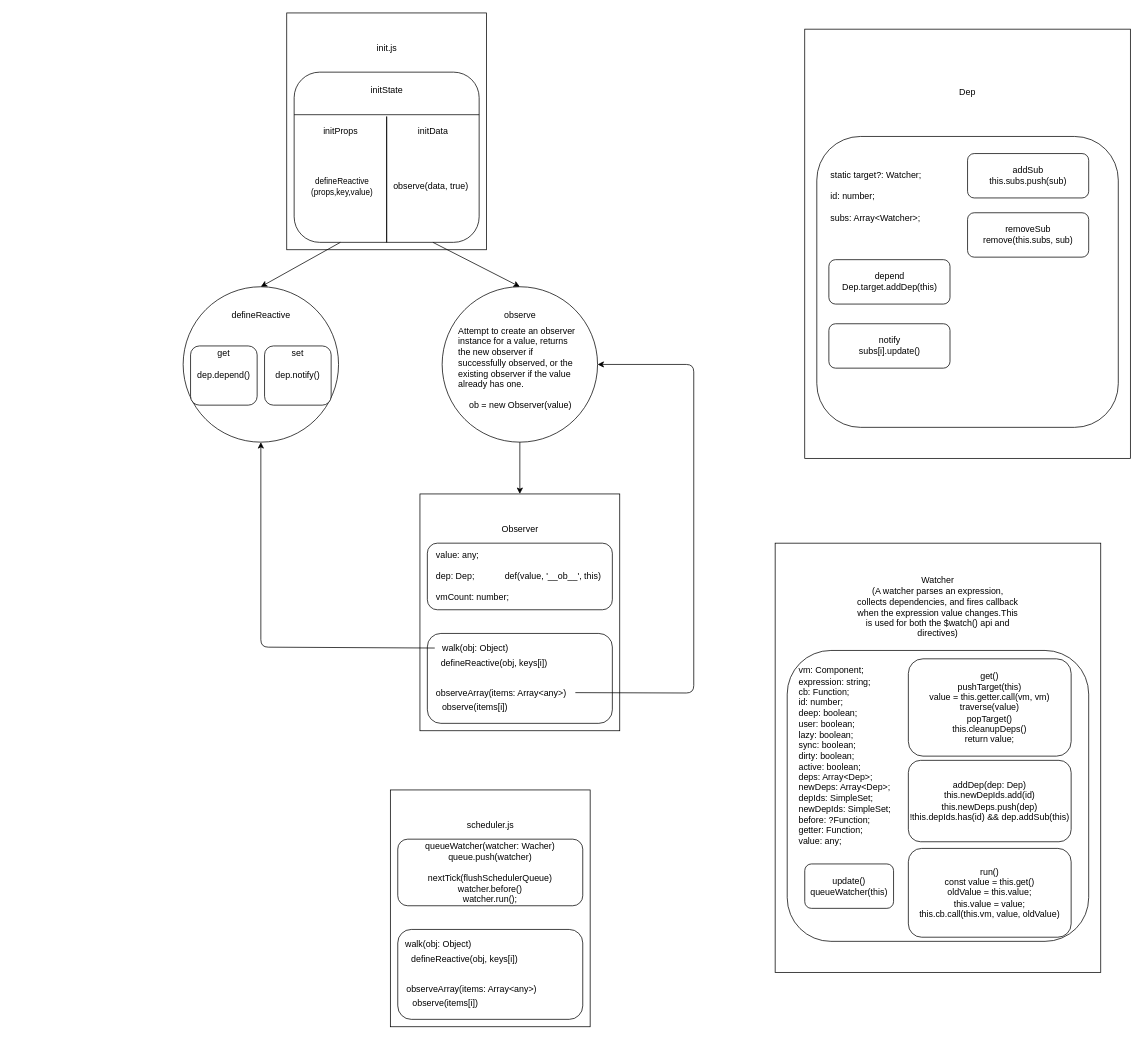
The draw.io diagram Untitled Diagram.drawio in asemono/noteBook, before the edit. Source tidied: cells renumbered, new cells numbered last; positions are measured from the earlier drawing's top-left corner, leaving out a move shared by most shapes. Both pictures are drawn from the tidied source at 74%, with x=0, y=0 at pixel (183, 13).
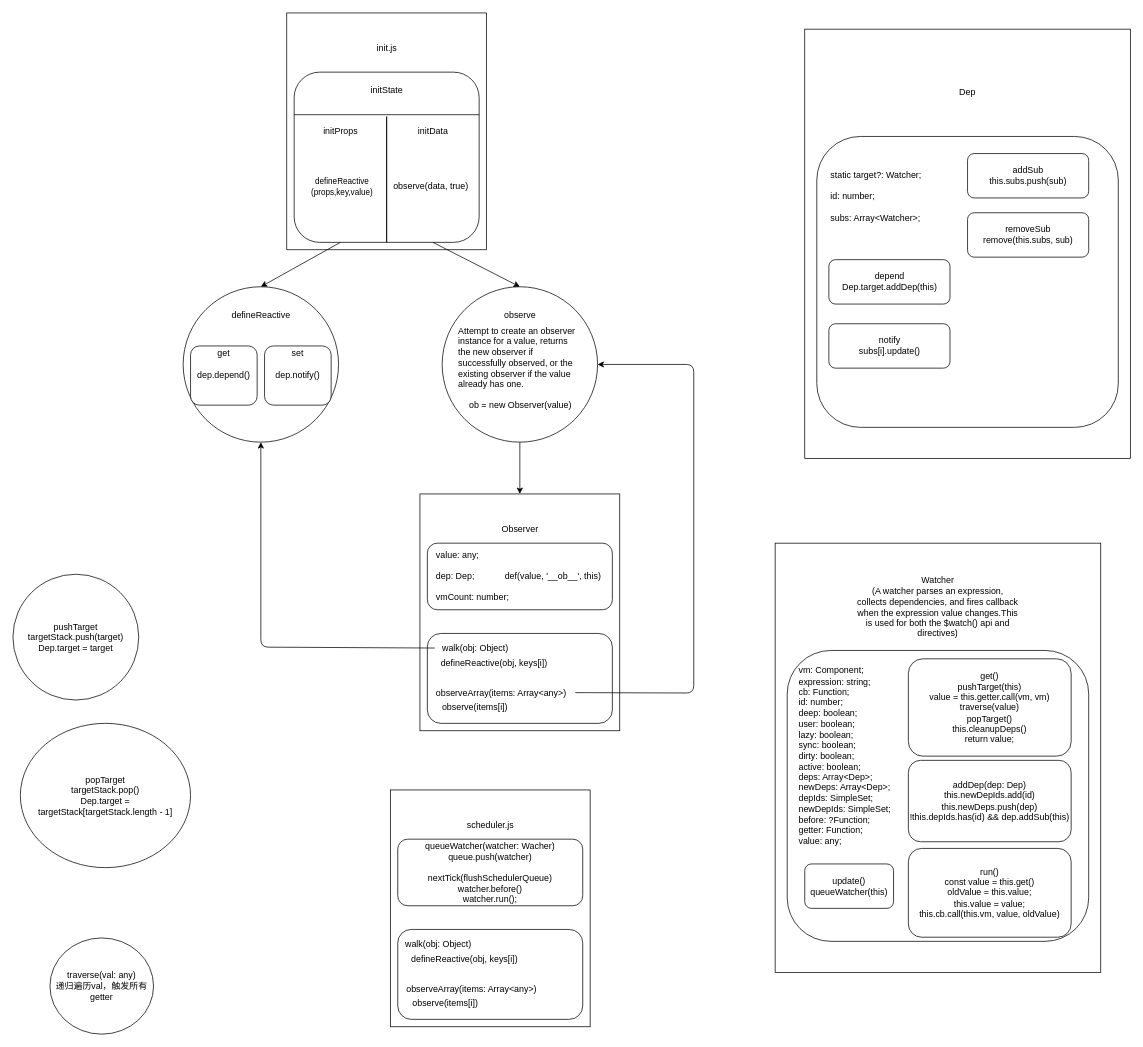
The same diagram, later.

Change to the diagram source:
```diff
@@
+    <mxCell id="70" value="pushTarget&lt;br&gt;targetStack.push(target)&lt;br&gt;Dep.target = target" style="ellipse;whiteSpace=wrap;html=1;" parent="1" vertex="1">
+      <mxGeometry x="-230" y="758.5" width="170" height="170" as="geometry" />
+    </mxCell>
+    <mxCell id="71" value="popTarget&lt;br&gt;targetStack.pop()&lt;br&gt;Dep.target = targetStack[targetStack.length - 1]" style="ellipse;whiteSpace=wrap;html=1;" parent="1" vertex="1">
+      <mxGeometry x="-220" y="960" width="230" height="195" as="geometry" />
+    </mxCell>
+    <mxCell id="72" value="traverse(val: any)&lt;br&gt;递归遍历val，触发所有getter&lt;br&gt;" style="ellipse;whiteSpace=wrap;html=1;" parent="1" vertex="1">
+      <mxGeometry x="-180" y="1250" width="140" height="130" as="geometry" />
+    </mxCell>
```
